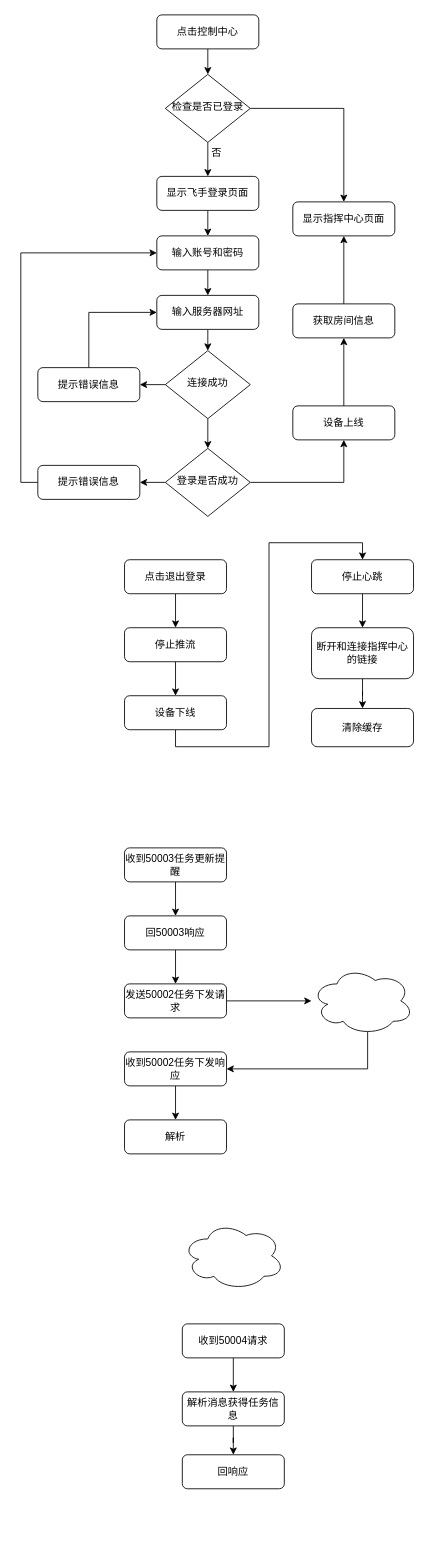
The draw.io diagram 指挥中心.drawio in xubinlu/android-journey, before the edit. Source tidied: cells renumbered, new cells numbered last; positions are measured from the earlier drawing's top-left corner, leaving out a move shared by most shapes. Both pictures are drawn from the tidied source at 85%, with x=0, y=0 at pixel (37, 14).
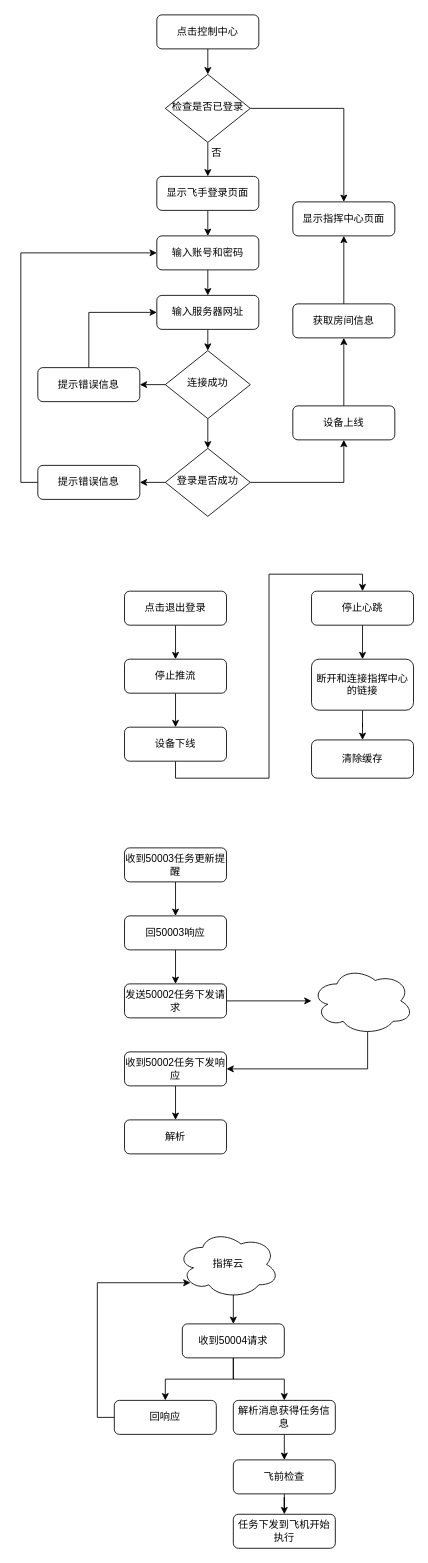
The same diagram, later.

Commit message:
更新指挥中心.drawio

Unchanged cells that the change refers to:
```xml
<mxCell id="53" value="收到50004请求" style="rounded=1;whiteSpace=wrap;html=1;fontSize=12;glass=0;strokeWidth=1;shadow=0;" parent="1" vertex="1">
  <mxGeometry x="170" y="1540" width="120" height="40" as="geometry" />
</mxCell>
```

Change to the diagram source:
```diff
@@
     <mxCell id="11" value="点击退出登录" style="rounded=1;whiteSpace=wrap;html=1;fontSize=12;glass=0;strokeWidth=1;shadow=0;" parent="1" vertex="1">
-      <mxGeometry x="102" y="641" width="120" height="40" as="geometry" />
+      <mxGeometry x="102" y="678" width="120" height="40" as="geometry" />
     </mxCell>
@@
     <mxCell id="32" value="停止推流" style="whiteSpace=wrap;html=1;rounded=1;glass=0;strokeWidth=1;shadow=0;" parent="1" vertex="1">
-      <mxGeometry x="102" y="721" width="120" height="40" as="geometry" />
+      <mxGeometry x="102" y="758" width="120" height="40" as="geometry" />
     </mxCell>
@@
     <mxCell id="34" value="设备下线" style="whiteSpace=wrap;html=1;rounded=1;glass=0;strokeWidth=1;shadow=0;" parent="1" vertex="1">
-      <mxGeometry x="102" y="801" width="120" height="40" as="geometry" />
+      <mxGeometry x="102" y="838" width="120" height="40" as="geometry" />
     </mxCell>
@@
     <mxCell id="36" value="停止心跳" style="whiteSpace=wrap;html=1;rounded=1;glass=0;strokeWidth=1;shadow=0;" parent="1" vertex="1">
-      <mxGeometry x="322" y="641" width="120" height="40" as="geometry" />
+      <mxGeometry x="322" y="678" width="120" height="40" as="geometry" />
     </mxCell>
@@
     <mxCell id="38" value="断开和连接指挥中心的链接" style="whiteSpace=wrap;html=1;rounded=1;glass=0;strokeWidth=1;shadow=0;" parent="1" vertex="1">
-      <mxGeometry x="322" y="721" width="120" height="60" as="geometry" />
+      <mxGeometry x="322" y="758" width="120" height="60" as="geometry" />
     </mxCell>
     <mxCell id="39" value="清除缓存" style="whiteSpace=wrap;html=1;rounded=1;glass=0;strokeWidth=1;shadow=0;" parent="1" vertex="1">
-      <mxGeometry x="322" y="816" width="120" height="45" as="geometry" />
+      <mxGeometry x="322" y="853" width="120" height="45" as="geometry" />
     </mxCell>
@@
+    <mxCell id="57" style="edgeStyle=orthogonalEdgeStyle;rounded=0;jettySize=auto;html=1;exitX=0.55;exitY=0.95;exitDx=0;exitDy=0;exitPerimeter=0;entryX=0.5;entryY=0;entryDx=0;entryDy=0;" parent="1" edge="1" source="51" target="53">
+      <mxGeometry relative="1" as="geometry" />
+    </mxCell>
-    <mxCell id="51" style="ellipse;shape=cloud;whiteSpace=wrap;html=1;" parent="1" vertex="1">
-      <mxGeometry x="170" y="1420" width="120" height="80" as="geometry" />
+    <mxCell id="51" value="指挥云" style="ellipse;shape=cloud;whiteSpace=wrap;html=1;" parent="1" vertex="1">
+      <mxGeometry x="164" y="1430" width="120" height="80" as="geometry" />
     </mxCell>
@@
+    <mxCell id="58" style="edgeStyle=orthogonalEdgeStyle;rounded=0;jettySize=auto;html=1;exitX=0.5;exitY=1;exitDx=0;exitDy=0;entryX=0.5;entryY=0;entryDx=0;entryDy=0;" parent="1" edge="1" source="53" target="56">
+      <mxGeometry relative="1" as="geometry" />
+    </mxCell>
@@
-    <mxCell id="54" style="edgeStyle=orthogonalEdgeStyle;rounded=0;jettySize=auto;html=1;" parent="1" edge="1" source="55" target="56">
-      <mxGeometry relative="1" as="geometry" />
-    </mxCell>
+    <mxCell id="59" style="edgeStyle=orthogonalEdgeStyle;rounded=0;jettySize=auto;html=1;exitX=0.5;exitY=1;exitDx=0;exitDy=0;entryX=0.5;entryY=0;entryDx=0;entryDy=0;" parent="1" edge="1" source="55" target="62">
+      <mxGeometry relative="1" as="geometry" />
+    </mxCell>
     <mxCell id="55" value="解析消息获得任务信息" style="rounded=1;whiteSpace=wrap;html=1;fontSize=12;glass=0;strokeWidth=1;shadow=0;" parent="1" vertex="1">
-      <mxGeometry x="170" y="1620" width="120" height="40" as="geometry" />
+      <mxGeometry x="230" y="1630" width="120" height="40" as="geometry" />
     </mxCell>
+    <mxCell id="60" style="edgeStyle=orthogonalEdgeStyle;rounded=0;jettySize=auto;html=1;exitX=0;exitY=0.5;exitDx=0;exitDy=0;entryX=0.13;entryY=0.77;entryDx=0;entryDy=0;entryPerimeter=0;" parent="1" edge="1" source="56" target="51">
+      <mxGeometry relative="1" as="geometry">
+        <Array as="points">
+          <mxPoint x="70" y="1650" />
+          <mxPoint x="70" y="1492" />
+        </Array>
+      </mxGeometry>
+    </mxCell>
     <mxCell id="56" value="回响应" style="rounded=1;whiteSpace=wrap;html=1;fontSize=12;glass=0;strokeWidth=1;shadow=0;" parent="1" vertex="1">
-      <mxGeometry x="170" y="1694" width="120" height="40" as="geometry" />
+      <mxGeometry x="90" y="1630" width="120" height="40" as="geometry" />
     </mxCell>
+    <mxCell id="61" style="edgeStyle=orthogonalEdgeStyle;rounded=0;jettySize=auto;html=1;" parent="1" edge="1" source="62" target="63">
+      <mxGeometry relative="1" as="geometry" />
+    </mxCell>
+    <mxCell id="62" value="飞前检查" style="rounded=1;whiteSpace=wrap;html=1;fontSize=12;glass=0;strokeWidth=1;shadow=0;" parent="1" vertex="1">
+      <mxGeometry x="230" y="1700" width="120" height="40" as="geometry" />
+    </mxCell>
+    <mxCell id="63" value="任务下发到飞机开始执行" style="rounded=1;whiteSpace=wrap;html=1;fontSize=12;glass=0;strokeWidth=1;shadow=0;" parent="1" vertex="1">
+      <mxGeometry x="230" y="1764" width="120" height="40" as="geometry" />
+    </mxCell>
```
